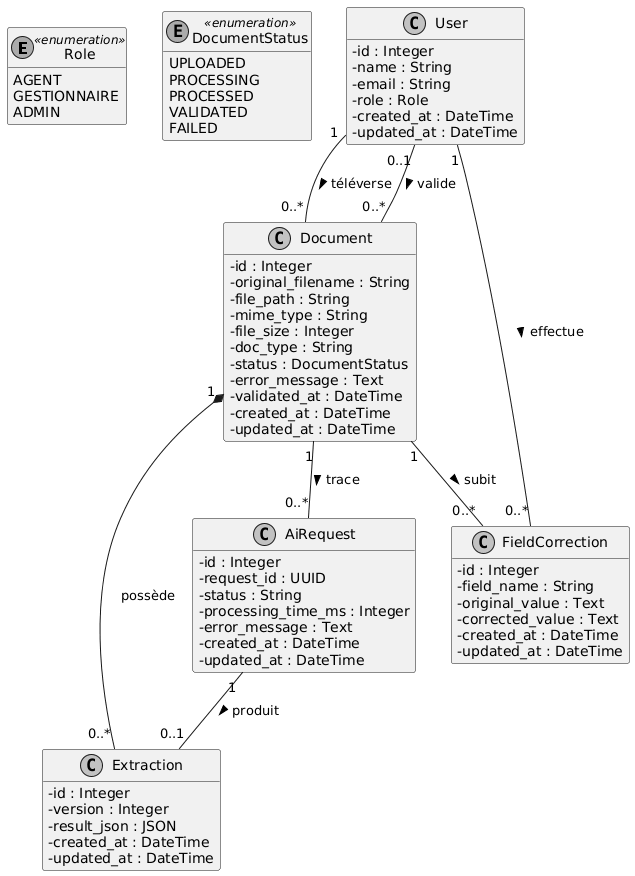
This is docs/DIAGRAMS/ClassDiagram.png from chiheb-xhbb/medical_claims_doc_processing, a PlantUML export, as it was before one commit. The source it was exported from:
```plantuml
@startuml
skinparam monochrome true
skinparam classAttributeIconSize 0
hide methods

enum Role <<enumeration>> {
  AGENT
  GESTIONNAIRE
  ADMIN
}

enum DocumentStatus <<enumeration>> {
  UPLOADED
  PROCESSING
  PROCESSED
  VALIDATED
  FAILED
}

class User {
  - id : Integer
  - name : String
  - email : String
  - role : Role
  - created_at : DateTime
  - updated_at : DateTime
}

class Document {
  - id : Integer
  - original_filename : String
  - file_path : String
  - mime_type : String
  - file_size : Integer
  - doc_type : String
  - status : DocumentStatus
  - error_message : Text
  - validated_at : DateTime
  - created_at : DateTime
  - updated_at : DateTime
}

class Extraction {
  - id : Integer
  - version : Integer
  - result_json : JSON
  - created_at : DateTime
  - updated_at : DateTime
}

class AiRequest {
  - id : Integer
  - request_id : UUID
  - status : String
  - processing_time_ms : Integer
  - error_message : Text
  - created_at : DateTime
  - updated_at : DateTime
}

class FieldCorrection {
  - id : Integer
  - field_name : String
  - original_value : Text
  - corrected_value : Text
  - created_at : DateTime
  - updated_at : DateTime
}

User "1" -- "0..*" Document : téléverse >
User "0..1" -- "0..*" Document : valide >
User "1" -- "0..*" FieldCorrection : effectue >

Document "1" *-- "0..*" Extraction : possède
Document "1" -- "0..*" AiRequest : trace >
Document "1" -- "0..*" FieldCorrection : subit >

AiRequest "1" -- "0..1" Extraction : produit >
@enduml
```
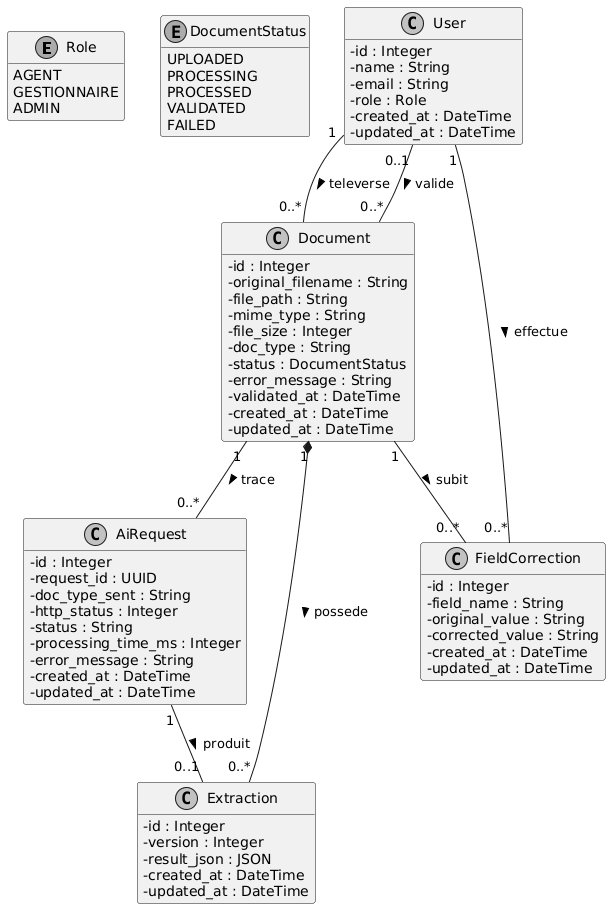
The same file after the commit.

Diff of the diagram source:
```diff
@@ -3,13 +3,14 @@
 skinparam classAttributeIconSize 0
 hide methods
 
-enum Role <<enumeration>> {
+
+enum Role {
   AGENT
   GESTIONNAIRE
   ADMIN
 }
 
-enum DocumentStatus <<enumeration>> {
+enum DocumentStatus {
   UPLOADED
   PROCESSING
   PROCESSED
@@ -34,8 +35,20 @@
   - file_size : Integer
   - doc_type : String
   - status : DocumentStatus
-  - error_message : Text
+  - error_message : String
   - validated_at : DateTime
+  - created_at : DateTime
+  - updated_at : DateTime
+}
+
+class AiRequest {
+  - id : Integer
+  - request_id : UUID
+  - doc_type_sent : String
+  - http_status : Integer
+  - status : String
+  - processing_time_ms : Integer
+  - error_message : String
   - created_at : DateTime
   - updated_at : DateTime
 }
@@ -48,31 +61,21 @@
   - updated_at : DateTime
 }
 
-class AiRequest {
+class FieldCorrection {
   - id : Integer
-  - request_id : UUID
-  - status : String
-  - processing_time_ms : Integer
-  - error_message : Text
+  - field_name : String
+  - original_value : String
+  - corrected_value : String
   - created_at : DateTime
   - updated_at : DateTime
 }
 
-class FieldCorrection {
-  - id : Integer
-  - field_name : String
-  - original_value : Text
-  - corrected_value : Text
-  - created_at : DateTime
-  - updated_at : DateTime
-}
-
-User "1" -- "0..*" Document : téléverse >
+User "1" -- "0..*" Document : televerse >
 User "0..1" -- "0..*" Document : valide >
 User "1" -- "0..*" FieldCorrection : effectue >
 
-Document "1" *-- "0..*" Extraction : possède
 Document "1" -- "0..*" AiRequest : trace >
+Document "1" *-- "0..*" Extraction : possede >
 Document "1" -- "0..*" FieldCorrection : subit >
 
 AiRequest "1" -- "0..1" Extraction : produit >
```
